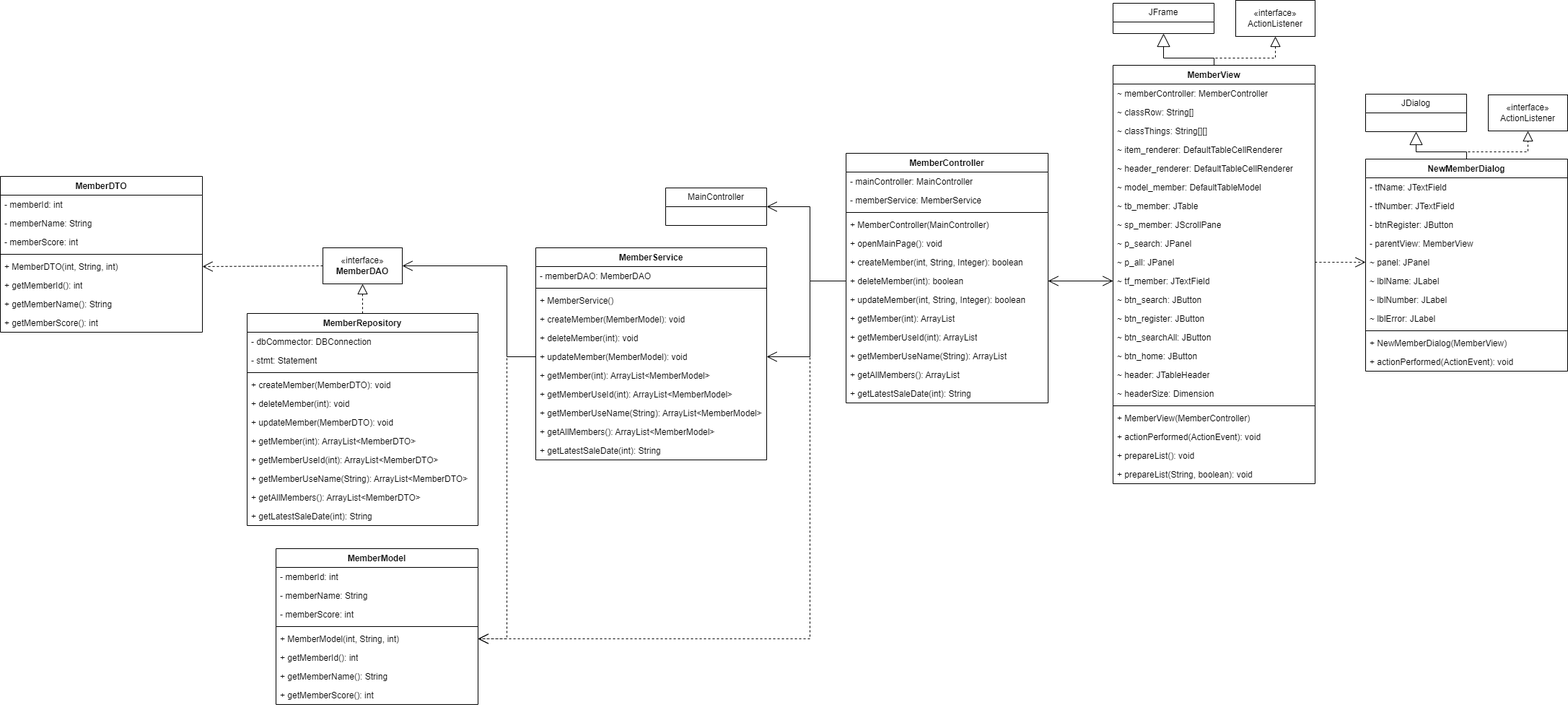
Earlier version of the draw.io export diagram/Member.drawio.png (P-POS/PPOS). Source tidied: cells renumbered, new cells last; positions are measured from the earlier drawing's top-left corner, leaving out a move shared by most shapes.
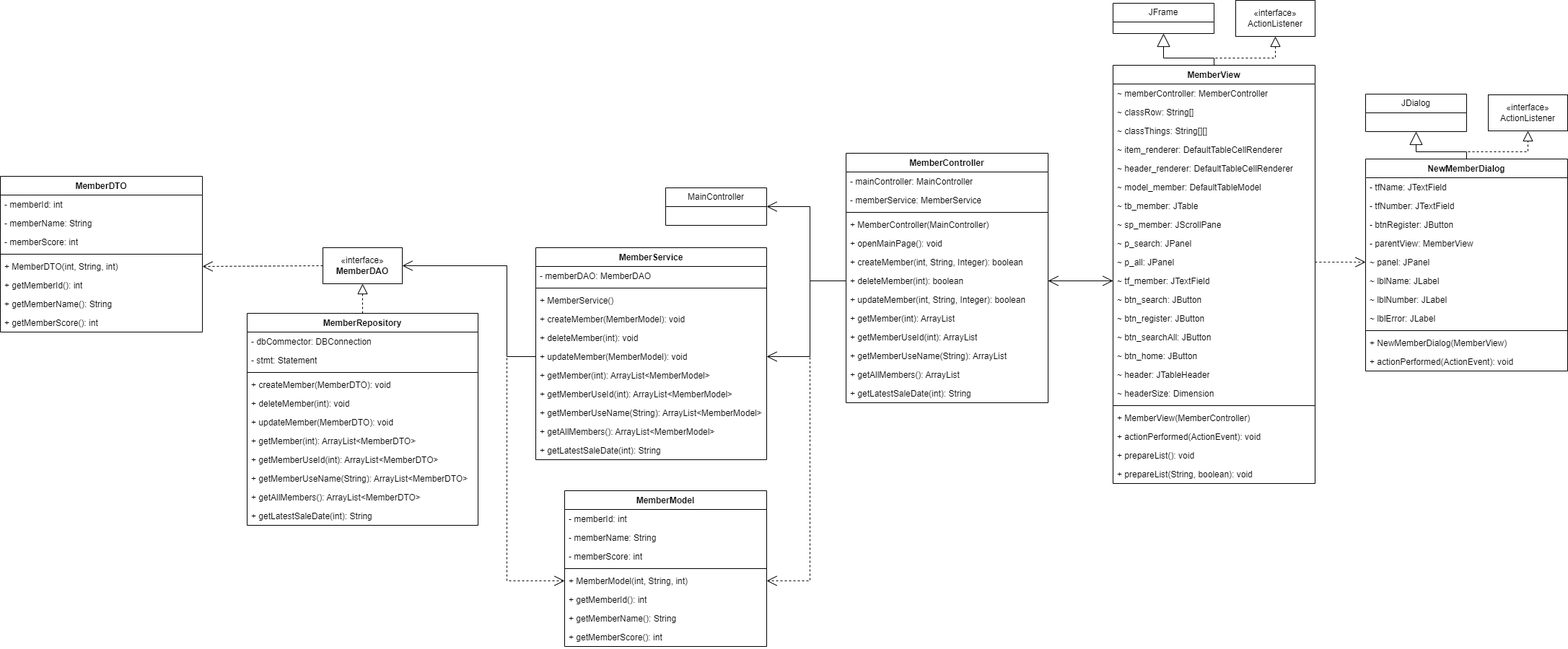
The same diagram one commit later.

The edit, as a diff of the source:
```diff
@@ -282,7 +282,7 @@
       <mxGeometry y="190" width="280" height="26" as="geometry" />
     </mxCell>
     <mxCell id="85" value="&lt;span style=&quot;text-wrap: nowrap;&quot;&gt;MemberModel&lt;/span&gt;" style="swimlane;fontStyle=1;align=center;verticalAlign=top;horizontal=1;startSize=26;whiteSpace=wrap;html=1;" parent="1" vertex="1">
-      <mxGeometry x="382" y="760" width="280" height="216" as="geometry" />
+      <mxGeometry x="782" y="680" width="280" height="216" as="geometry" />
     </mxCell>
     <mxCell id="86" value="&lt;span style=&quot;text-wrap: nowrap;&quot;&gt;- memberId: int&lt;/span&gt;" style="text;strokeColor=none;fillColor=none;align=left;verticalAlign=top;spacingLeft=4;spacingRight=4;overflow=hidden;whiteSpace=wrap;html=1;" parent="85" vertex="1">
       <mxGeometry y="26" width="280" height="26" as="geometry" />
@@ -347,11 +347,11 @@
     <mxCell id="106" style="endArrow=block;dashed=1;endFill=0;endSize=12;html=1;rounded=0;exitX=0.5;exitY=0;exitDx=0;exitDy=0;entryX=0.5;entryY=1;entryDx=0;entryDy=0;" parent="1" edge="1" source="94" target="75">
       <mxGeometry relative="1" as="geometry" />
     </mxCell>
-    <mxCell id="107" style="endArrow=open;endSize=12;dashed=1;html=1;rounded=0;exitX=0;exitY=0.5;exitDx=0;exitDy=0;entryX=1;entryY=0.5;entryDx=0;entryDy=0;" parent="1" edge="1" source="22" target="90">
+    <mxCell id="107" style="endArrow=open;endSize=12;dashed=1;html=1;rounded=0;exitX=0;exitY=0.5;exitDx=0;exitDy=0;entryX=0;entryY=0.5;entryDx=0;entryDy=0;" parent="1" edge="1" source="22" target="90">
       <mxGeometry relative="1" as="geometry">
         <Array as="points">
           <mxPoint x="702" y="494" />
-          <mxPoint x="702" y="885" />
+          <mxPoint x="702" y="805" />
         </Array>
       </mxGeometry>
     </mxCell>
@@ -376,7 +376,7 @@
       <mxGeometry relative="1" as="geometry">
         <Array as="points">
           <mxPoint x="1122" y="389" />
-          <mxPoint x="1122" y="885" />
+          <mxPoint x="1122" y="805" />
         </Array>
       </mxGeometry>
     </mxCell>
```
